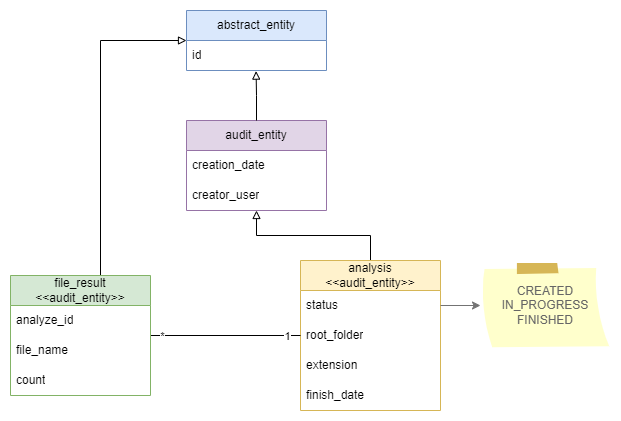
Above: docs/img/entity-diagram.drawio.png in DanisovszkyMark/foldsight (draw.io), before the change. Source tidied: cells renumbered, new cells last; positions are measured from the earlier drawing's top-left corner, leaving out a move shared by most shapes.
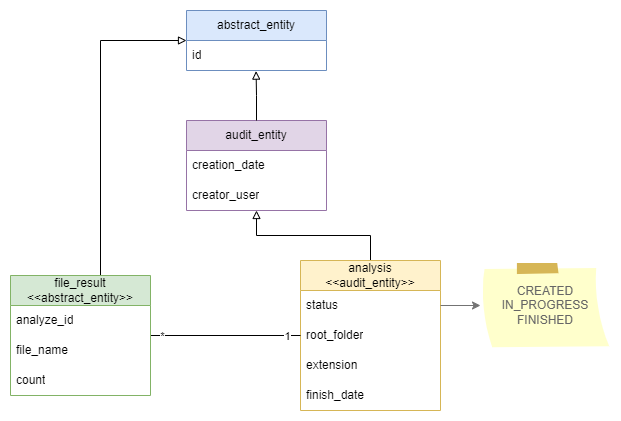
After the change.

Change to the diagram source:
```diff
@@ -36,7 +36,7 @@
         </Array>
       </mxGeometry>
     </mxCell>
-    <mxCell id="12" value="file_result&lt;div&gt;&amp;lt;&amp;lt;audit_entity&amp;gt;&amp;gt;&lt;/div&gt;" style="swimlane;fontStyle=0;horizontal=1;startSize=30;whiteSpace=wrap;html=1;fillColor=#d5e8d4;strokeColor=#82b366;" parent="1" vertex="1">
+    <mxCell id="12" value="file_result&lt;div&gt;&amp;lt;&amp;lt;abstract_entity&amp;gt;&amp;gt;&lt;/div&gt;" style="swimlane;fontStyle=0;horizontal=1;startSize=30;whiteSpace=wrap;html=1;fillColor=#d5e8d4;strokeColor=#82b366;" parent="1" vertex="1">
       <mxGeometry y="265" width="140" height="120" as="geometry" />
     </mxCell>
     <mxCell id="13" value="analyze_id" style="text;strokeColor=none;fillColor=none;align=left;verticalAlign=middle;spacingLeft=4;spacingRight=4;overflow=hidden;whiteSpace=wrap;html=1;" parent="12" vertex="1">
```
